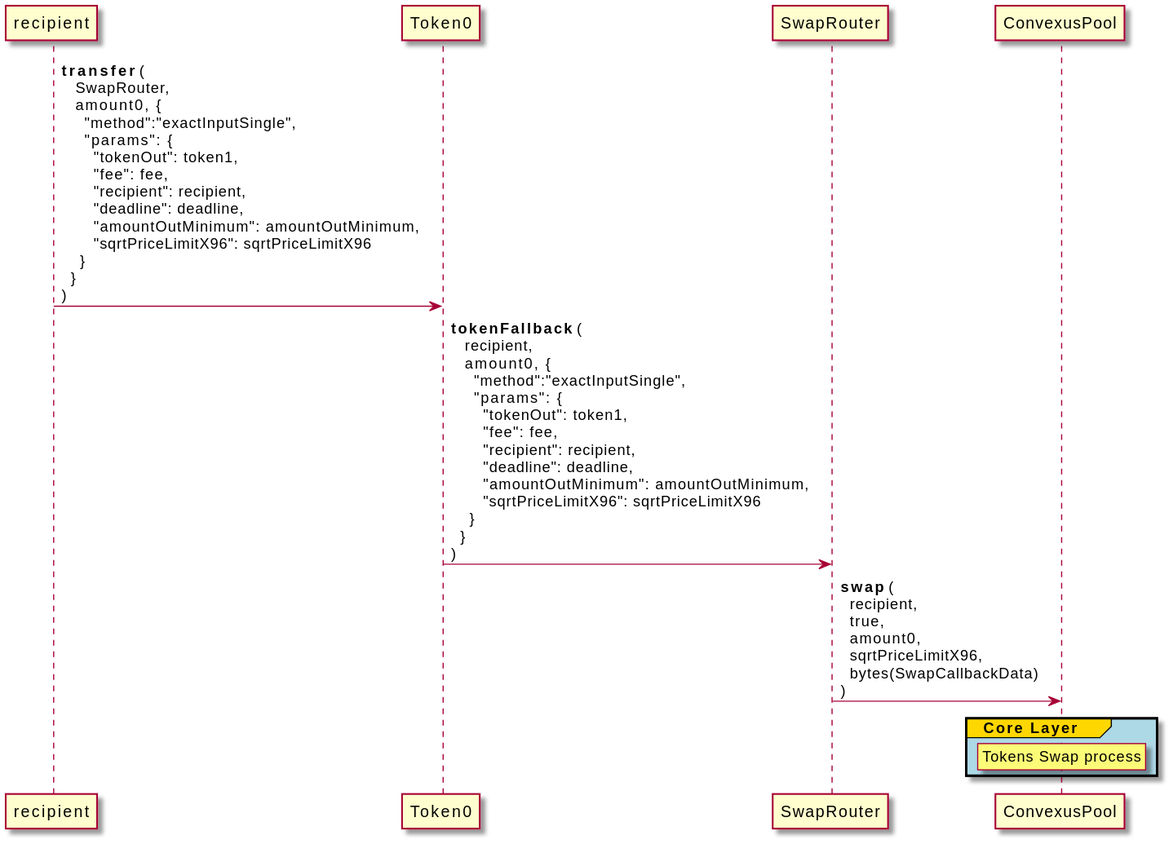
The PlantUML diagram Convexus-Periphery/Contracts/SwapRouter/docs/uml/exactInputSingle.svg in Convexus-Protocol/AMM-SCORE, before a commit.
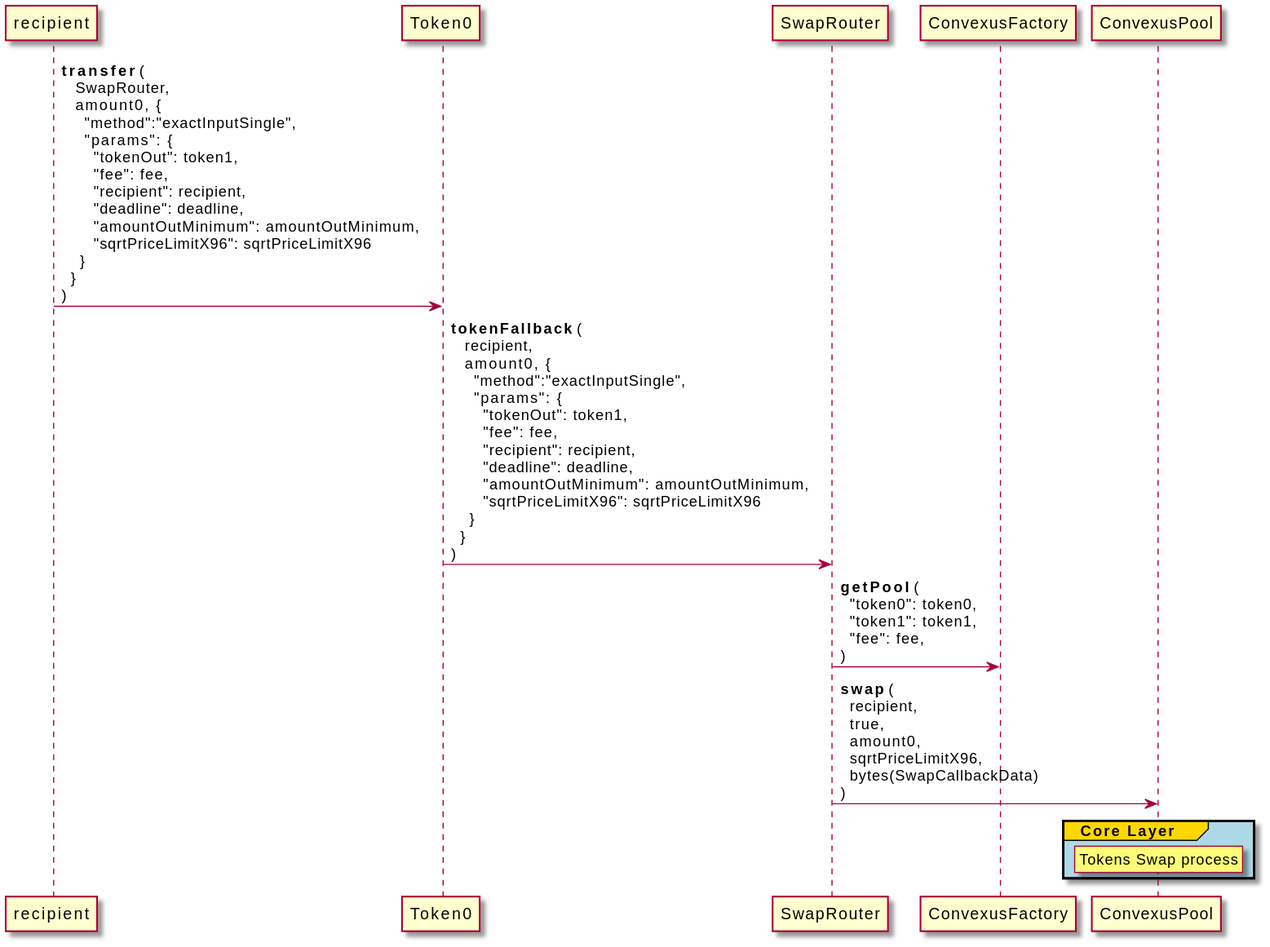
Above is the later version.

Commit message:
Improve exactInputSingle UML

What changed in the source:
```diff
@@ -2,6 +2,8 @@
 recipient -> Token0 : **transfer** ( \n   SwapRouter, \n   amount0, { \n     "method":"exactInputSingle", \n     "params": {\n       "tokenOut": token1, \n       "fee": fee, \n       "recipient": recipient, \n       "deadline": deadline, \n       "amountOutMinimum": amountOutMinimum, \n       "sqrtPriceLimitX96": sqrtPriceLimitX96 \n    } \n  } \n)
 
 Token0 -> SwapRouter : **tokenFallback** ( \n   recipient, \n   amount0, { \n     "method":"exactInputSingle", \n     "params": {\n       "tokenOut": token1, \n       "fee": fee, \n       "recipient": recipient, \n       "deadline": deadline, \n       "amountOutMinimum": amountOutMinimum, \n       "sqrtPriceLimitX96": sqrtPriceLimitX96 \n    } \n  } \n)
+
+SwapRouter -> ConvexusFactory : **getPool** ( \n  "token0": token0, \n  "token1": token1, \n  "fee": fee, \n)
 
 SwapRouter -> ConvexusPool : **swap** ( \n  recipient, \n  true, \n  amount0, \n  sqrtPriceLimitX96, \n  bytes(SwapCallbackData) \n)
 
```
